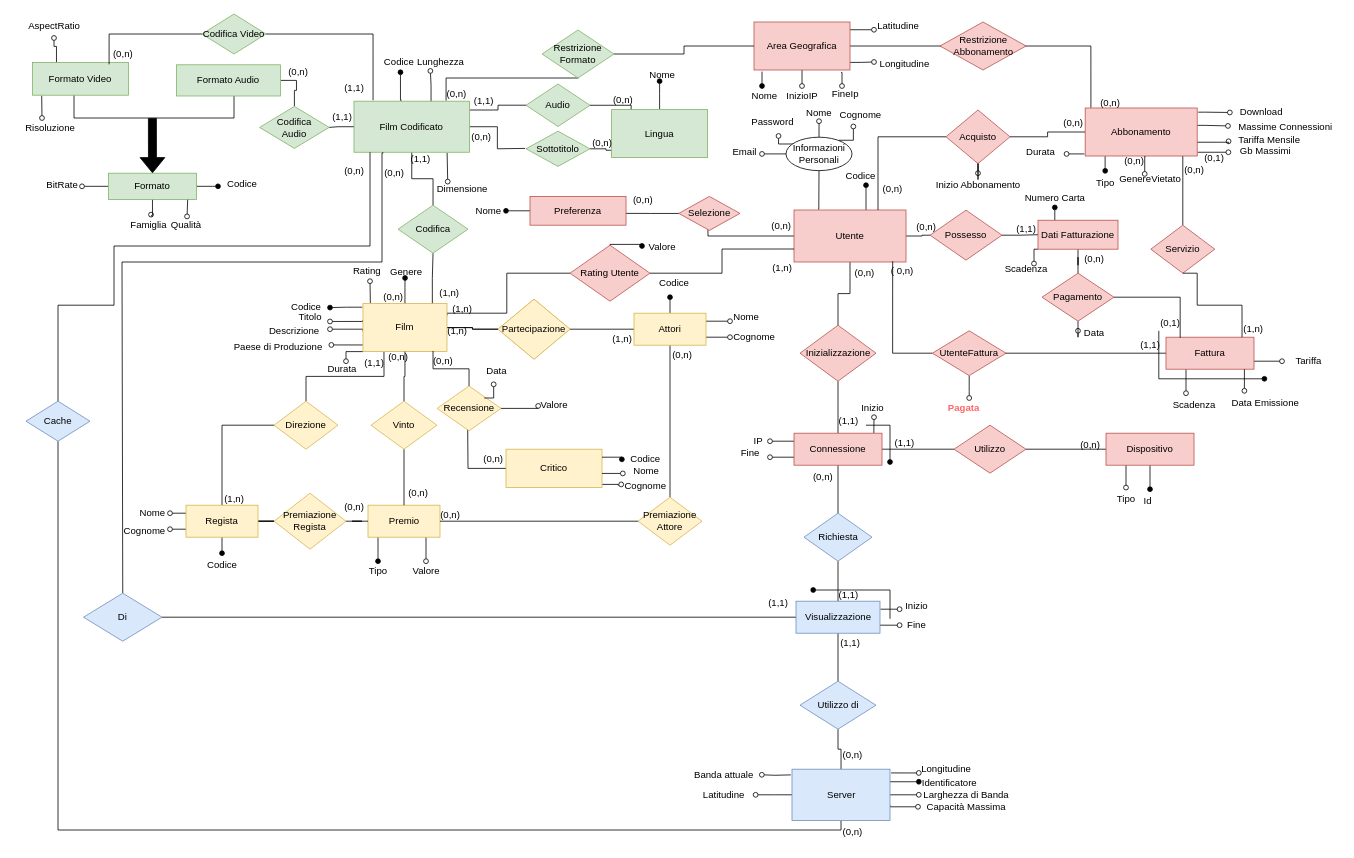
Earlier version of the draw.io diagram Er non Ristrutturato(2).drawio (LGranucci/FilmSphere). Source tidied: cells renumbered, new cells numbered last; positions are measured from the earlier drawing's top-left corner, leaving out a move shared by most shapes. Both pictures are drawn from the tidied source at 80%, with x=0, y=0 at pixel (14, 14).
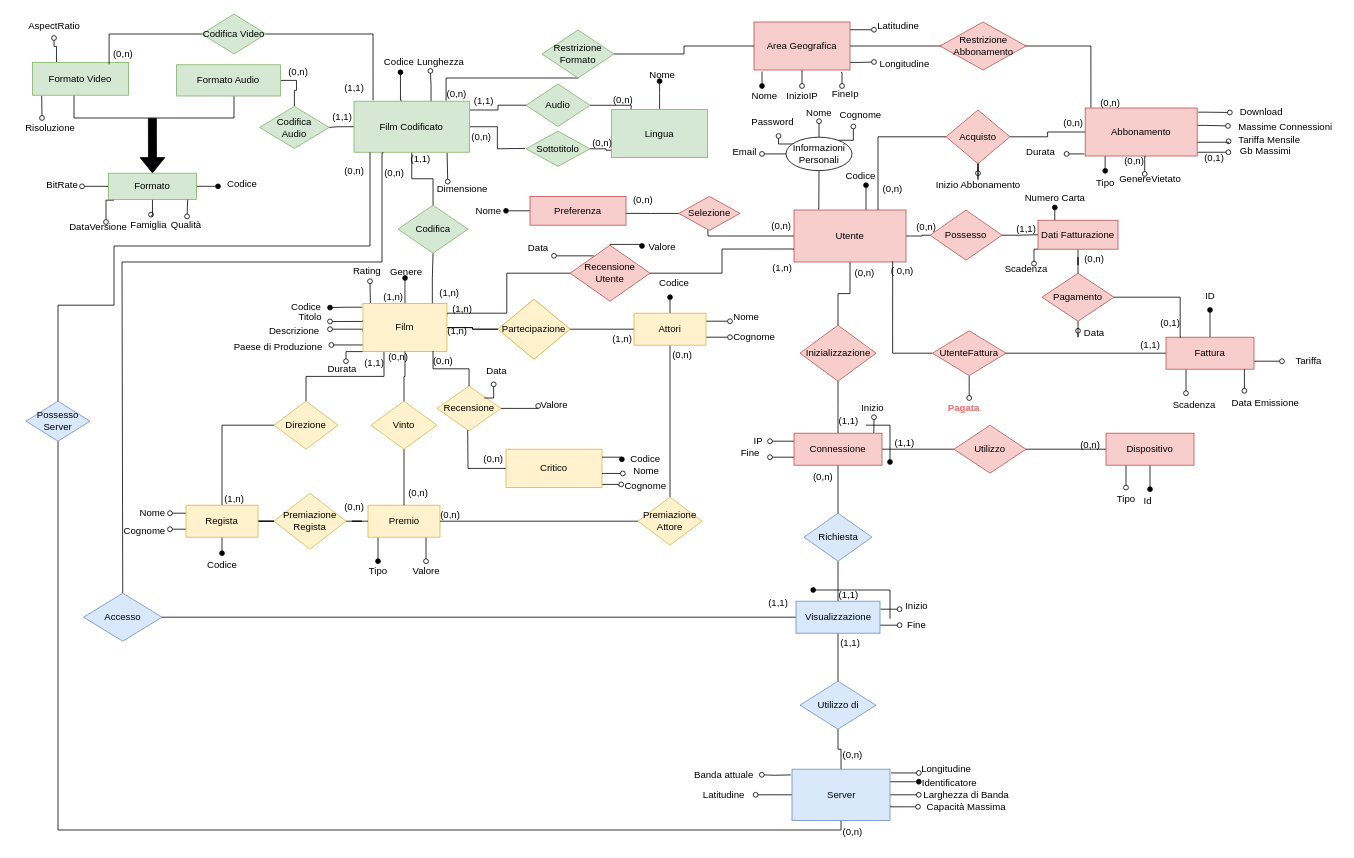
The same diagram, later.

Commit message (it also covers changes not shown here):
Few fixes around

The change refers to these unchanged cells:
```xml
<mxCell id="54" value="Formato" style="rounded=0;whiteSpace=wrap;html=1;fillColor=#d5e8d4;strokeColor=#82b366;" parent="1" vertex="1">
  <mxGeometry x="118.1" y="199" width="110" height="32.8" as="geometry" />
</mxCell>
<mxCell id="75" value="Abbonamento" style="rounded=0;whiteSpace=wrap;html=1;fillColor=#f8cecc;strokeColor=#b85450;" parent="1" vertex="1">
  <mxGeometry x="1339" y="117.5" width="140" height="60" as="geometry" />
</mxCell>
<mxCell id="87" value="Fattura" style="rounded=0;whiteSpace=wrap;html=1;fillColor=#f8cecc;strokeColor=#b85450;" parent="1" vertex="1">
  <mxGeometry x="1440" y="404" width="110" height="40" as="geometry" />
</mxCell>
```

Diff of the diagram source:
```diff
@@
+    <mxCell id="302" style="edgeStyle=orthogonalEdgeStyle;rounded=0;jettySize=auto;html=1;exitX=0.061;exitY=1.028;exitDx=0;exitDy=0;exitPerimeter=0;endArrow=oval;endFill=0;" parent="1" edge="1" source="54">
+      <mxGeometry relative="1" as="geometry">
+        <mxPoint x="115" y="260" as="targetPoint" />
+      </mxGeometry>
+    </mxCell>
@@
+    <mxCell id="303" style="edgeStyle=orthogonalEdgeStyle;rounded=0;jettySize=auto;html=1;exitX=0.297;exitY=0.19;exitDx=0;exitDy=0;exitPerimeter=0;endArrow=oval;endFill=0;" parent="1" edge="1" source="64">
+      <mxGeometry relative="1" as="geometry">
+        <mxPoint x="675" y="302" as="targetPoint" />
+      </mxGeometry>
+    </mxCell>
-    <mxCell id="64" value="Rating Utente" style="rhombus;whiteSpace=wrap;html=1;fillColor=#f8cecc;strokeColor=#b85450;" parent="1" vertex="1">
+    <mxCell id="64" value="Recensione Utente" style="rhombus;whiteSpace=wrap;html=1;fillColor=#f8cecc;strokeColor=#b85450;" parent="1" vertex="1">
       <mxGeometry x="695" y="289" width="100" height="70" as="geometry" />
     </mxCell>
@@
-    <mxCell id="71" style="edgeStyle=orthogonalEdgeStyle;rounded=0;jettySize=auto;html=1;entryX=0.5;entryY=0;entryDx=0;entryDy=0;endArrow=none;endFill=0;" parent="1" edge="1" source="75" target="254">
-      <mxGeometry relative="1" as="geometry">
-        <Array as="points">
-          <mxPoint x="1461" y="204" />
-          <mxPoint x="1461" y="204" />
-        </Array>
-      </mxGeometry>
-    </mxCell>
@@
+    <mxCell id="304" style="edgeStyle=orthogonalEdgeStyle;rounded=0;jettySize=auto;html=1;endArrow=oval;endFill=1;" parent="1" edge="1" source="87">
+      <mxGeometry relative="1" as="geometry">
+        <mxPoint x="1495" y="370" as="targetPoint" />
+      </mxGeometry>
+    </mxCell>
@@
-    <mxCell id="112" value="Di" style="rhombus;whiteSpace=wrap;html=1;fillColor=#dae8fc;strokeColor=#6c8ebf;" parent="1" vertex="1">
+    <mxCell id="112" value="Accesso" style="rhombus;whiteSpace=wrap;html=1;fillColor=#dae8fc;strokeColor=#6c8ebf;" parent="1" vertex="1">
       <mxGeometry x="86.9" y="724" width="98.1" height="60" as="geometry" />
     </mxCell>
@@
-    <mxCell id="124" value="Cache" style="rhombus;whiteSpace=wrap;html=1;fillColor=#dae8fc;strokeColor=#6c8ebf;" parent="1" vertex="1">
+    <mxCell id="124" value="Possesso Server" style="rhombus;whiteSpace=wrap;html=1;fillColor=#dae8fc;strokeColor=#6c8ebf;" parent="1" vertex="1">
       <mxGeometry x="15" y="484" width="80" height="50" as="geometry" />
     </mxCell>
@@
-    <mxCell id="250" style="edgeStyle=none;orthogonalLoop=1;jettySize=auto;html=1;rounded=0;endArrow=oval;endFill=1;" parent="1" edge="1">
-      <mxGeometry relative="1" as="geometry">
-        <mxPoint x="1431" y="396" as="sourcePoint" />
-        <mxPoint x="1563" y="456" as="targetPoint" />
-        <Array as="points">
-          <mxPoint x="1431" y="456" />
-        </Array>
-      </mxGeometry>
-    </mxCell>
@@
-    <mxCell id="252" value="(0,n)" style="text;html=1;align=center;verticalAlign=middle;strokeColor=none;fillColor=none;" parent="1" vertex="1">
-      <mxGeometry x="450" y="342" width="48" height="24" as="geometry" />
+    <mxCell id="252" value="(1,n)" style="text;html=1;align=center;verticalAlign=middle;strokeColor=none;fillColor=none;" parent="1" vertex="1">
+      <mxGeometry x="449" y="339" width="50" height="30" as="geometry" />
     </mxCell>
@@
-    <mxCell id="254" value="Servizio" style="rhombus;whiteSpace=wrap;html=1;fillColor=#f8cecc;strokeColor=#b85450;" parent="1" vertex="1">
-      <mxGeometry x="1421" y="264" width="80" height="60" as="geometry" />
-    </mxCell>
-    <mxCell id="255" style="edgeStyle=orthogonalEdgeStyle;rounded=0;jettySize=auto;html=1;entryX=0.864;entryY=-0.001;entryDx=0;entryDy=0;entryPerimeter=0;endArrow=none;endFill=0;exitX=0.5;exitY=1;exitDx=0;exitDy=0;" parent="1" edge="1" source="254" target="87">
-      <mxGeometry relative="1" as="geometry">
-        <Array as="points">
-          <mxPoint x="1479" y="324" />
-          <mxPoint x="1479" y="364" />
-          <mxPoint x="1535" y="364" />
-        </Array>
-      </mxGeometry>
-    </mxCell>
-    <mxCell id="256" value="(1,n)" style="text;html=1;align=center;verticalAlign=middle;strokeColor=none;fillColor=none;" parent="1" vertex="1">
-      <mxGeometry x="1525" y="382" width="48" height="24" as="geometry" />
-    </mxCell>
@@
-    <mxCell id="277" value="(0,n)" style="text;html=1;align=center;verticalAlign=middle;strokeColor=none;fillColor=none;" parent="1" vertex="1">
-      <mxGeometry x="1450" y="179.5" width="50" height="30" as="geometry" />
-    </mxCell>
@@
+    <mxCell id="305" value="ID" style="text;html=1;align=center;verticalAlign=middle;strokeColor=none;fillColor=none;" parent="1" vertex="1">
+      <mxGeometry x="1475" y="338" width="40" height="30" as="geometry" />
+    </mxCell>
+    <mxCell id="306" value="Data" style="text;html=1;align=center;verticalAlign=middle;strokeColor=none;fillColor=none;" parent="1" vertex="1">
+      <mxGeometry x="630" y="278" width="50" height="30" as="geometry" />
+    </mxCell>
+    <mxCell id="307" value="DataVersione" style="text;html=1;align=center;verticalAlign=middle;strokeColor=none;fillColor=none;" parent="1" vertex="1">
+      <mxGeometry x="55" y="252" width="100" height="30" as="geometry" />
+    </mxCell>
```
